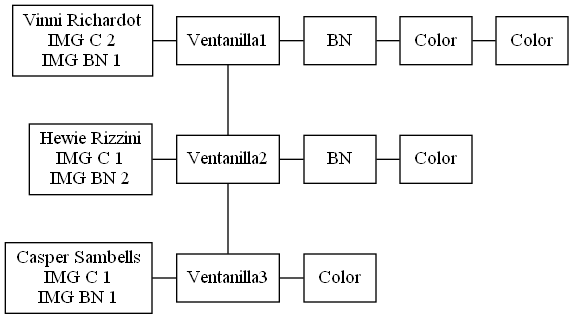
This is Fase1/listaVentanillas.png from d-acetun/simulacion-sistema-impresion-de-imagenes, a Graphviz export, as it was before one commit. Its source is kept beside it as Fase1/listaVentanillas.dot.
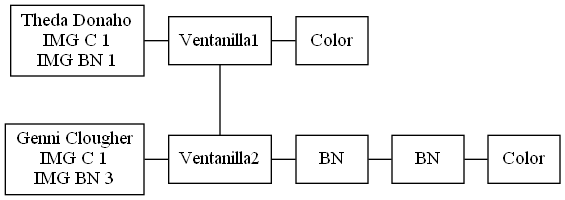
After the commit.

What changed in the source:
```diff
@@ -2,36 +2,25 @@
 node[shape=box]
 edge[arrowhead=none]
 0 [label=Ventanilla1]
-1 [label="Vinni Richardot\nIMG C 2\nIMG BN 1"]
-2[label=BN]
-3[label=Color]
-4[label=Color]
-5 [label=Ventanilla2]
-6 [label="Hewie Rizzini\nIMG C 1\nIMG BN 2"]
-7[label=BN]
-8[label=Color]
-9 [label=Ventanilla3]
-10 [label="Casper Sambells\nIMG C 1\nIMG BN 1"]
-11[label=Color]
+1 [label="Theda Donaho\nIMG C 1\nIMG BN 1"]
+2[label=Color]
+3 [label=Ventanilla2]
+4 [label="Genni Clougher\nIMG C 1\nIMG BN 3"]
+5[label=BN]
+6[label=BN]
+7[label=Color]
 1->0
 0->2
-2->3
-3->4
-0->5
-6->5
-5->7
-7->8
-5->9
-10->9
-9->11
+0->3
+4->3
+3->5
+5->6
+6->7
 {rank=same; 1; 0}
 {rank=same; 0; 2}
-{rank=same; 2; 3}
-{rank=same; 3; 4}
-{rank=same; 6; 5}
-{rank=same; 5; 7}
-{rank=same; 7; 8}
-{rank=same; 10; 9}
-{rank=same; 9; 11}
+{rank=same; 4; 3}
+{rank=same; 3; 5}
+{rank=same; 5; 6}
+{rank=same; 6; 7}
 rankdir=TB
 }
```
